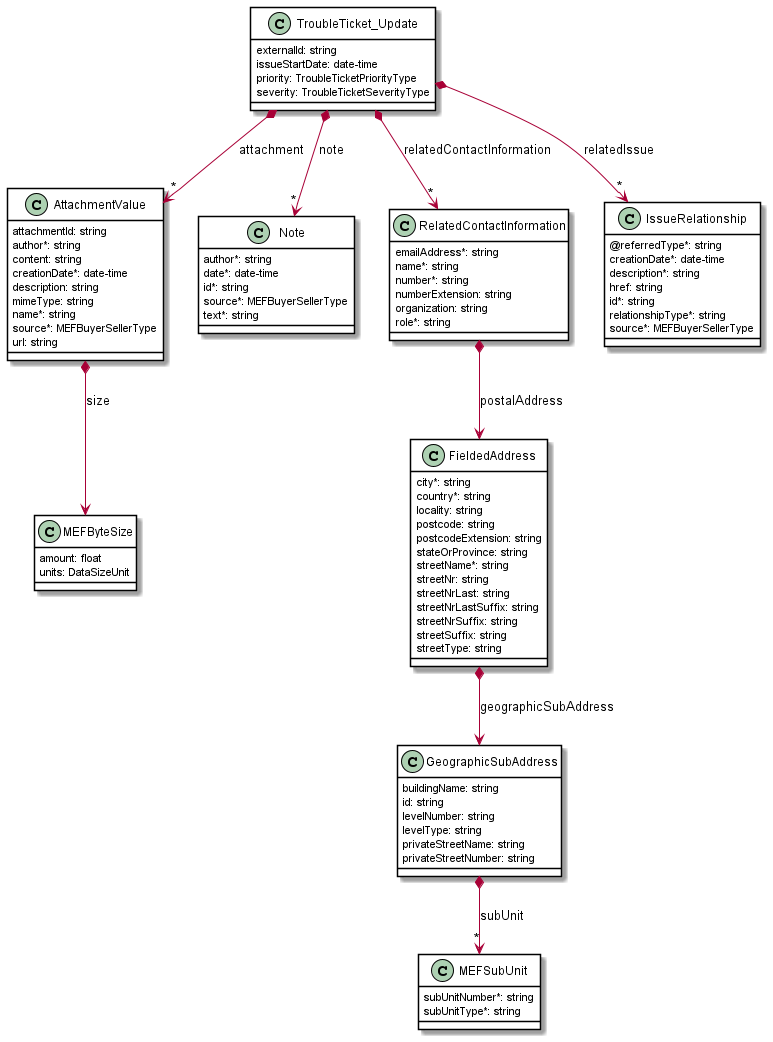
MEF-GIT/MEF-LSO-Sonata-SDK keeps this PlantUML diagram as documentation/productApi/troubleTicket/media/useCase4PatchModel.png. Above is the earlier version.
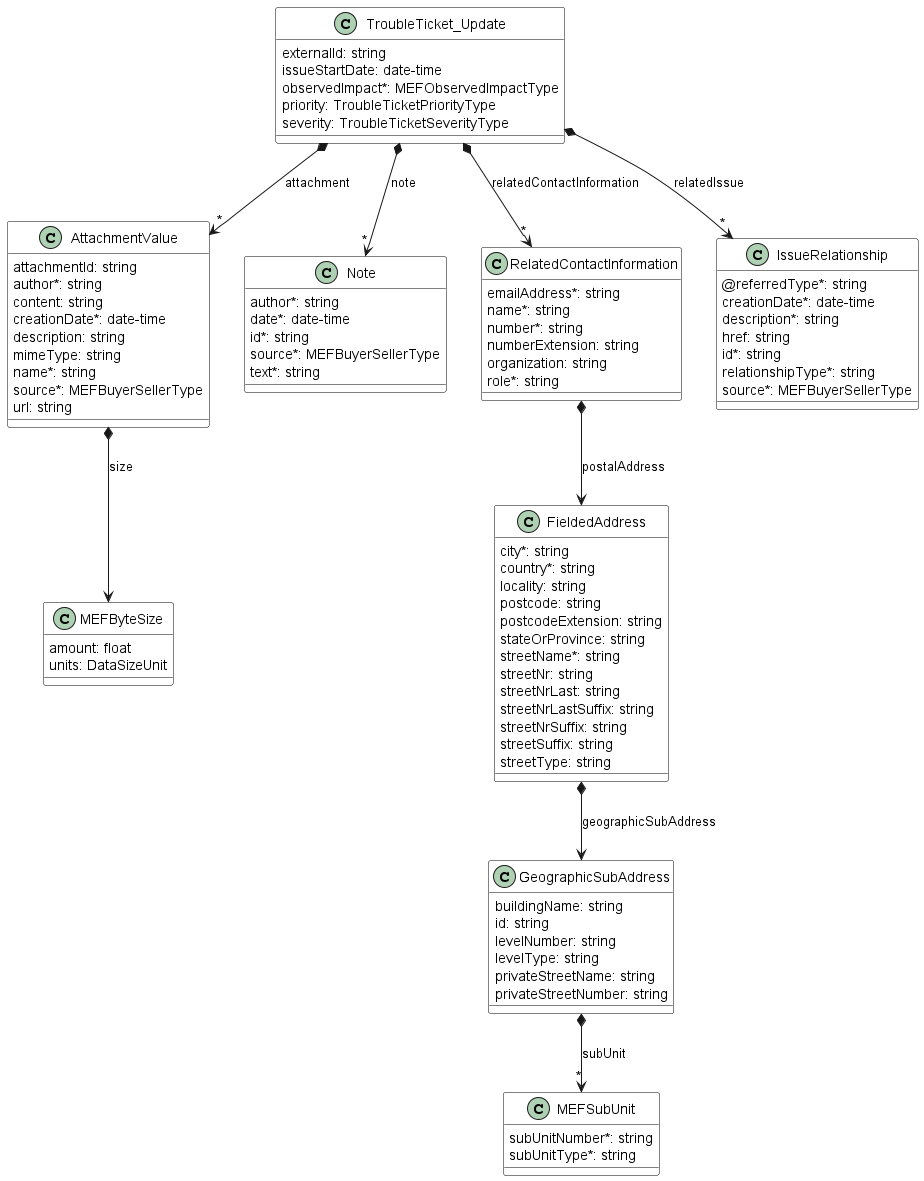
The same diagram one commit later.

What changed in the source:
```diff
@@ -114,6 +114,7 @@
 
     externalId: string
     issueStartDate: date-time
+    observedImpact*: MEFObservedImpactType
     priority: TroubleTicketPriorityType
     severity: TroubleTicketSeverityType
 }
```
